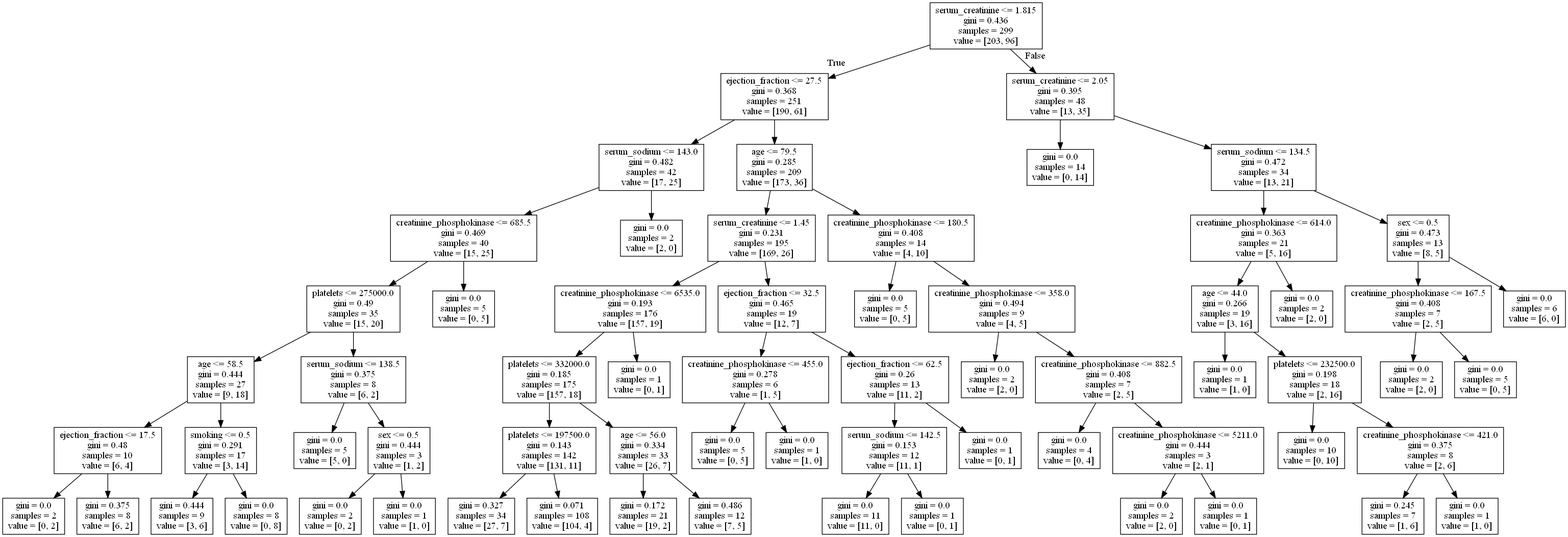
Before: tree.png, a diagram exported from Graphviz (Ahkh3e/HeartDisease). Its source is kept beside it as tree.dot.
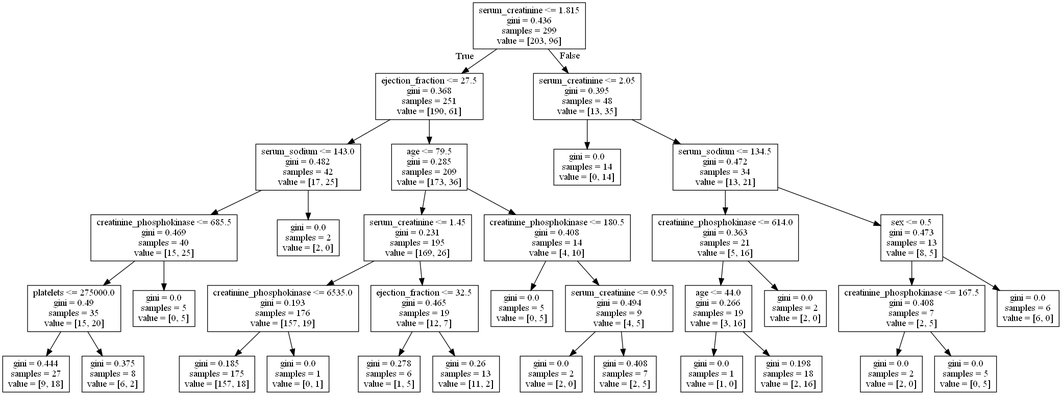
After the commit.

Commit message:
Converted Tree model to RandomForestClassifier and passing through aditional gradient boost

What changed in the source:
```diff
@@ -9,124 +9,64 @@
 2 -> 3 ;
 4 [label="platelets <= 275000.0\ngini = 0.49\nsamples = 35\nvalue = [15, 20]"] ;
 3 -> 4 ;
-5 [label="age <= 58.5\ngini = 0.444\nsamples = 27\nvalue = [9, 18]"] ;
+5 [label="gini = 0.444\nsamples = 27\nvalue = [9, 18]"] ;
 4 -> 5 ;
-6 [label="ejection_fraction <= 17.5\ngini = 0.48\nsamples = 10\nvalue = [6, 4]"] ;
-5 -> 6 ;
-7 [label="gini = 0.0\nsamples = 2\nvalue = [0, 2]"] ;
-6 -> 7 ;
-8 [label="gini = 0.375\nsamples = 8\nvalue = [6, 2]"] ;
-6 -> 8 ;
-9 [label="smoking <= 0.5\ngini = 0.291\nsamples = 17\nvalue = [3, 14]"] ;
-5 -> 9 ;
-10 [label="gini = 0.444\nsamples = 9\nvalue = [3, 6]"] ;
+6 [label="gini = 0.375\nsamples = 8\nvalue = [6, 2]"] ;
+4 -> 6 ;
+7 [label="gini = 0.0\nsamples = 5\nvalue = [0, 5]"] ;
+3 -> 7 ;
+8 [label="gini = 0.0\nsamples = 2\nvalue = [2, 0]"] ;
+2 -> 8 ;
+9 [label="age <= 79.5\ngini = 0.285\nsamples = 209\nvalue = [173, 36]"] ;
+1 -> 9 ;
+10 [label="serum_creatinine <= 1.45\ngini = 0.231\nsamples = 195\nvalue = [169, 26]"] ;
 9 -> 10 ;
-11 [label="gini = 0.0\nsamples = 8\nvalue = [0, 8]"] ;
-9 -> 11 ;
-12 [label="serum_sodium <= 138.5\ngini = 0.375\nsamples = 8\nvalue = [6, 2]"] ;
-4 -> 12 ;
-13 [label="gini = 0.0\nsamples = 5\nvalue = [5, 0]"] ;
-12 -> 13 ;
-14 [label="sex <= 0.5\ngini = 0.444\nsamples = 3\nvalue = [1, 2]"] ;
-12 -> 14 ;
-15 [label="gini = 0.0\nsamples = 2\nvalue = [0, 2]"] ;
+11 [label="creatinine_phosphokinase <= 6535.0\ngini = 0.193\nsamples = 176\nvalue = [157, 19]"] ;
+10 -> 11 ;
+12 [label="gini = 0.185\nsamples = 175\nvalue = [157, 18]"] ;
+11 -> 12 ;
+13 [label="gini = 0.0\nsamples = 1\nvalue = [0, 1]"] ;
+11 -> 13 ;
+14 [label="ejection_fraction <= 32.5\ngini = 0.465\nsamples = 19\nvalue = [12, 7]"] ;
+10 -> 14 ;
+15 [label="gini = 0.278\nsamples = 6\nvalue = [1, 5]"] ;
 14 -> 15 ;
-16 [label="gini = 0.0\nsamples = 1\nvalue = [1, 0]"] ;
+16 [label="gini = 0.26\nsamples = 13\nvalue = [11, 2]"] ;
 14 -> 16 ;
-17 [label="gini = 0.0\nsamples = 5\nvalue = [0, 5]"] ;
-3 -> 17 ;
-18 [label="gini = 0.0\nsamples = 2\nvalue = [2, 0]"] ;
-2 -> 18 ;
-19 [label="age <= 79.5\ngini = 0.285\nsamples = 209\nvalue = [173, 36]"] ;
-1 -> 19 ;
-20 [label="serum_creatinine <= 1.45\ngini = 0.231\nsamples = 195\nvalue = [169, 26]"] ;
+17 [label="creatinine_phosphokinase <= 180.5\ngini = 0.408\nsamples = 14\nvalue = [4, 10]"] ;
+9 -> 17 ;
+18 [label="gini = 0.0\nsamples = 5\nvalue = [0, 5]"] ;
+17 -> 18 ;
+19 [label="serum_creatinine <= 0.95\ngini = 0.494\nsamples = 9\nvalue = [4, 5]"] ;
+17 -> 19 ;
+20 [label="gini = 0.0\nsamples = 2\nvalue = [2, 0]"] ;
 19 -> 20 ;
-21 [label="creatinine_phosphokinase <= 6535.0\ngini = 0.193\nsamples = 176\nvalue = [157, 19]"] ;
-20 -> 21 ;
-22 [label="platelets <= 332000.0\ngini = 0.185\nsamples = 175\nvalue = [157, 18]"] ;
-21 -> 22 ;
-23 [label="platelets <= 197500.0\ngini = 0.143\nsamples = 142\nvalue = [131, 11]"] ;
+21 [label="gini = 0.408\nsamples = 7\nvalue = [2, 5]"] ;
+19 -> 21 ;
+22 [label="serum_creatinine <= 2.05\ngini = 0.395\nsamples = 48\nvalue = [13, 35]"] ;
+0 -> 22 [labeldistance=2.5, labelangle=-45, headlabel="False"] ;
+23 [label="gini = 0.0\nsamples = 14\nvalue = [0, 14]"] ;
 22 -> 23 ;
-24 [label="gini = 0.327\nsamples = 34\nvalue = [27, 7]"] ;
-23 -> 24 ;
-25 [label="gini = 0.071\nsamples = 108\nvalue = [104, 4]"] ;
-23 -> 25 ;
-26 [label="age <= 56.0\ngini = 0.334\nsamples = 33\nvalue = [26, 7]"] ;
-22 -> 26 ;
-27 [label="gini = 0.172\nsamples = 21\nvalue = [19, 2]"] ;
+24 [label="serum_sodium <= 134.5\ngini = 0.472\nsamples = 34\nvalue = [13, 21]"] ;
+22 -> 24 ;
+25 [label="creatinine_phosphokinase <= 614.0\ngini = 0.363\nsamples = 21\nvalue = [5, 16]"] ;
+24 -> 25 ;
+26 [label="age <= 44.0\ngini = 0.266\nsamples = 19\nvalue = [3, 16]"] ;
+25 -> 26 ;
+27 [label="gini = 0.0\nsamples = 1\nvalue = [1, 0]"] ;
 26 -> 27 ;
-28 [label="gini = 0.486\nsamples = 12\nvalue = [7, 5]"] ;
+28 [label="gini = 0.198\nsamples = 18\nvalue = [2, 16]"] ;
 26 -> 28 ;
-29 [label="gini = 0.0\nsamples = 1\nvalue = [0, 1]"] ;
-21 -> 29 ;
-30 [label="ejection_fraction <= 32.5\ngini = 0.465\nsamples = 19\nvalue = [12, 7]"] ;
-20 -> 30 ;
-31 [label="creatinine_phosphokinase <= 455.0\ngini = 0.278\nsamples = 6\nvalue = [1, 5]"] ;
+29 [label="gini = 0.0\nsamples = 2\nvalue = [2, 0]"] ;
+25 -> 29 ;
+30 [label="sex <= 0.5\ngini = 0.473\nsamples = 13\nvalue = [8, 5]"] ;
+24 -> 30 ;
+31 [label="creatinine_phosphokinase <= 167.5\ngini = 0.408\nsamples = 7\nvalue = [2, 5]"] ;
 30 -> 31 ;
-32 [label="gini = 0.0\nsamples = 5\nvalue = [0, 5]"] ;
+32 [label="gini = 0.0\nsamples = 2\nvalue = [2, 0]"] ;
 31 -> 32 ;
-33 [label="gini = 0.0\nsamples = 1\nvalue = [1, 0]"] ;
+33 [label="gini = 0.0\nsamples = 5\nvalue = [0, 5]"] ;
 31 -> 33 ;
-34 [label="ejection_fraction <= 62.5\ngini = 0.26\nsamples = 13\nvalue = [11, 2]"] ;
+34 [label="gini = 0.0\nsamples = 6\nvalue = [6, 0]"] ;
 30 -> 34 ;
-35 [label="serum_sodium <= 142.5\ngini = 0.153\nsamples = 12\nvalue = [11, 1]"] ;
-34 -> 35 ;
-36 [label="gini = 0.0\nsamples = 11\nvalue = [11, 0]"] ;
-35 -> 36 ;
-37 [label="gini = 0.0\nsamples = 1\nvalue = [0, 1]"] ;
-35 -> 37 ;
-38 [label="gini = 0.0\nsamples = 1\nvalue = [0, 1]"] ;
-34 -> 38 ;
-39 [label="creatinine_phosphokinase <= 180.5\ngini = 0.408\nsamples = 14\nvalue = [4, 10]"] ;
-19 -> 39 ;
-40 [label="gini = 0.0\nsamples = 5\nvalue = [0, 5]"] ;
-39 -> 40 ;
-41 [label="creatinine_phosphokinase <= 358.0\ngini = 0.494\nsamples = 9\nvalue = [4, 5]"] ;
-39 -> 41 ;
-42 [label="gini = 0.0\nsamples = 2\nvalue = [2, 0]"] ;
-41 -> 42 ;
-43 [label="creatinine_phosphokinase <= 882.5\ngini = 0.408\nsamples = 7\nvalue = [2, 5]"] ;
-41 -> 43 ;
-44 [label="gini = 0.0\nsamples = 4\nvalue = [0, 4]"] ;
-43 -> 44 ;
-45 [label="creatinine_phosphokinase <= 5211.0\ngini = 0.444\nsamples = 3\nvalue = [2, 1]"] ;
-43 -> 45 ;
-46 [label="gini = 0.0\nsamples = 2\nvalue = [2, 0]"] ;
-45 -> 46 ;
-47 [label="gini = 0.0\nsamples = 1\nvalue = [0, 1]"] ;
-45 -> 47 ;
-48 [label="serum_creatinine <= 2.05\ngini = 0.395\nsamples = 48\nvalue = [13, 35]"] ;
-0 -> 48 [labeldistance=2.5, labelangle=-45, headlabel="False"] ;
-49 [label="gini = 0.0\nsamples = 14\nvalue = [0, 14]"] ;
-48 -> 49 ;
-50 [label="serum_sodium <= 134.5\ngini = 0.472\nsamples = 34\nvalue = [13, 21]"] ;
-48 -> 50 ;
-51 [label="creatinine_phosphokinase <= 614.0\ngini = 0.363\nsamples = 21\nvalue = [5, 16]"] ;
-50 -> 51 ;
-52 [label="age <= 44.0\ngini = 0.266\nsamples = 19\nvalue = [3, 16]"] ;
-51 -> 52 ;
-53 [label="gini = 0.0\nsamples = 1\nvalue = [1, 0]"] ;
-52 -> 53 ;
-54 [label="platelets <= 232500.0\ngini = 0.198\nsamples = 18\nvalue = [2, 16]"] ;
-52 -> 54 ;
-55 [label="gini = 0.0\nsamples = 10\nvalue = [0, 10]"] ;
-54 -> 55 ;
-56 [label="creatinine_phosphokinase <= 421.0\ngini = 0.375\nsamples = 8\nvalue = [2, 6]"] ;
-54 -> 56 ;
-57 [label="gini = 0.245\nsamples = 7\nvalue = [1, 6]"] ;
-56 -> 57 ;
-58 [label="gini = 0.0\nsamples = 1\nvalue = [1, 0]"] ;
-56 -> 58 ;
-59 [label="gini = 0.0\nsamples = 2\nvalue = [2, 0]"] ;
-51 -> 59 ;
-60 [label="sex <= 0.5\ngini = 0.473\nsamples = 13\nvalue = [8, 5]"] ;
-50 -> 60 ;
-61 [label="creatinine_phosphokinase <= 167.5\ngini = 0.408\nsamples = 7\nvalue = [2, 5]"] ;
-60 -> 61 ;
-62 [label="gini = 0.0\nsamples = 2\nvalue = [2, 0]"] ;
-61 -> 62 ;
-63 [label="gini = 0.0\nsamples = 5\nvalue = [0, 5]"] ;
-61 -> 63 ;
-64 [label="gini = 0.0\nsamples = 6\nvalue = [6, 0]"] ;
-60 -> 64 ;
 }
```
